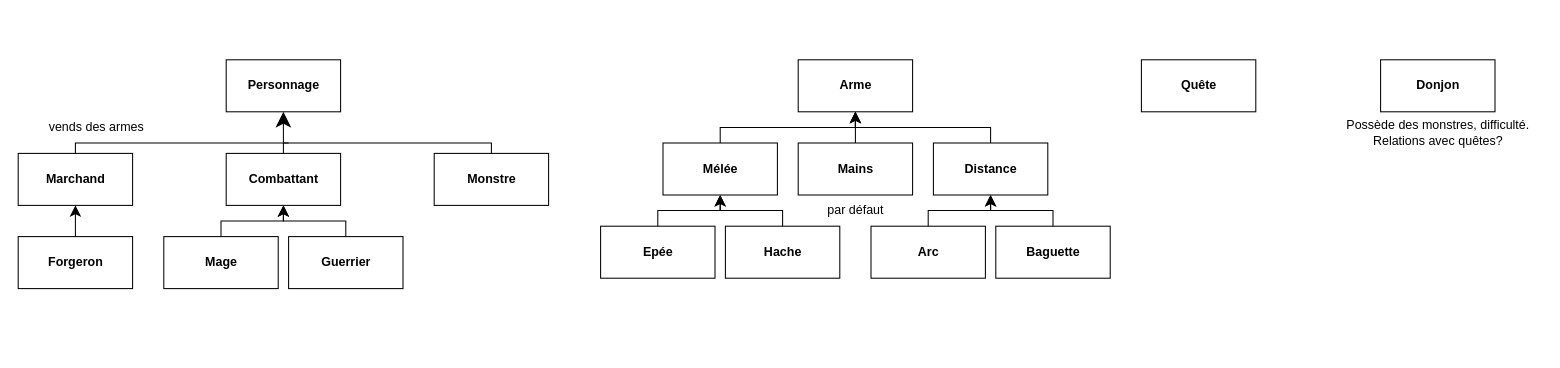
This is Projet/classes.dio from ThomasSanna/conception_orientee_objet-L3STI, a draw.io file, before an edit. Source tidied: cells renumbered, new cells numbered last; positions are measured from the earlier drawing's top-left corner, leaving out a move shared by most shapes. Both pictures are drawn from the tidied source at 104%, with x=0, y=0 at pixel (18, 59).
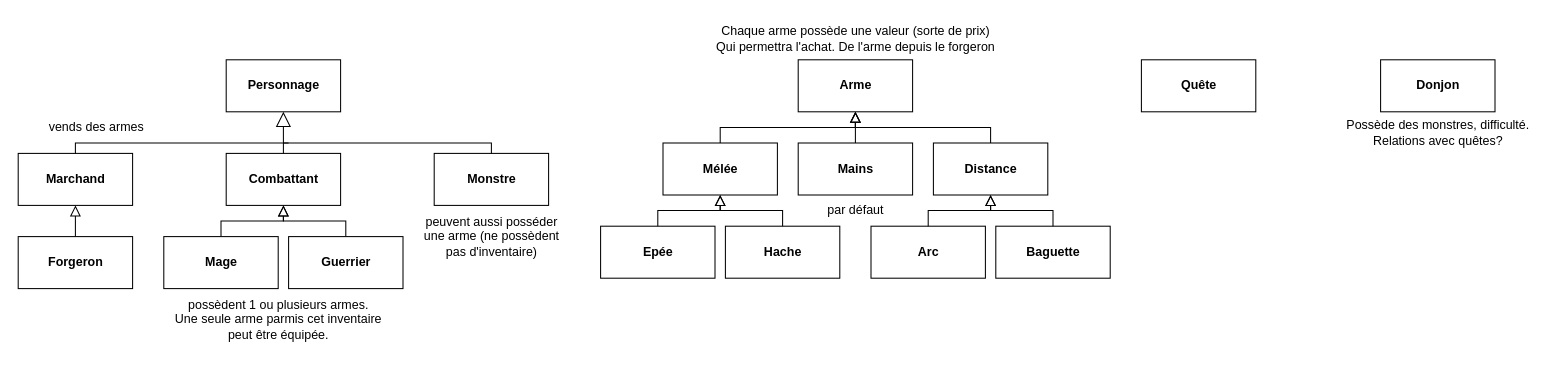
The same page after the edit.

The change refers to these unchanged cells:
```xml
<mxCell id="2" value="Personnage" style="html=1;fontStyle=1;" parent="1" vertex="1">
  <mxGeometry x="200" width="110" height="50" as="geometry" />
</mxCell>
<mxCell id="3" value="Mage" style="html=1;fontStyle=1;" parent="1" vertex="1">
  <mxGeometry x="140" y="170" width="110" height="50" as="geometry" />
</mxCell>
<mxCell id="4" value="Guerrier" style="html=1;fontStyle=1;" parent="1" vertex="1">
  <mxGeometry x="260" y="170" width="110" height="50" as="geometry" />
</mxCell>
<mxCell id="5" value="Marchand" style="html=1;fontStyle=1;" parent="1" vertex="1">
  <mxGeometry y="90" width="110" height="50" as="geometry" />
</mxCell>
<mxCell id="8" value="Arme" style="html=1;fontStyle=1;" parent="1" vertex="1">
  <mxGeometry x="750" width="110" height="50" as="geometry" />
</mxCell>
<mxCell id="9" value="Mélée" style="html=1;fontStyle=1;" parent="1" vertex="1">
  <mxGeometry x="620" y="80" width="110" height="50" as="geometry" />
</mxCell>
<mxCell id="10" value="Distance" style="html=1;fontStyle=1;" parent="1" vertex="1">
  <mxGeometry x="880" y="80" width="110" height="50" as="geometry" />
</mxCell>
<mxCell id="16" value="Combattant" style="html=1;fontStyle=1;" parent="1" vertex="1">
  <mxGeometry x="200" y="90" width="110" height="50" as="geometry" />
</mxCell>
<mxCell id="17" value="Forgeron" style="html=1;fontStyle=1;" parent="1" vertex="1">
  <mxGeometry y="170" width="110" height="50" as="geometry" />
</mxCell>
<mxCell id="30" value="Mains" style="html=1;fontStyle=1;" parent="1" vertex="1">
  <mxGeometry x="750" y="80" width="110" height="50" as="geometry" />
</mxCell>
```

Diff of the diagram source:
```diff
@@
-    <mxCell id="18" style="endArrow=classic;endFill=1;endSize=12;html=1;entryX=0.5;entryY=1;entryDx=0;entryDy=0;" parent="1" edge="1" source="16" target="2">
+    <mxCell id="18" style="endArrow=block;endFill=0;endSize=12;html=1;entryX=0.5;entryY=1;entryDx=0;entryDy=0;" parent="1" edge="1" source="16" target="2">
       <mxGeometry relative="1" as="geometry" />
     </mxCell>
@@
-    <mxCell id="21" style="edgeStyle=elbowEdgeStyle;elbow=vertical;endArrow=classic;html=1;curved=0;rounded=0;endSize=8;startSize=8;entryX=0.5;entryY=1;entryDx=0;entryDy=0;" parent="1" edge="1" source="3" target="16">
+    <mxCell id="21" style="edgeStyle=elbowEdgeStyle;elbow=vertical;endArrow=block;html=1;curved=0;rounded=0;endSize=8;startSize=8;entryX=0.5;entryY=1;entryDx=0;entryDy=0;endFill=0;" parent="1" edge="1" source="3" target="16">
       <mxGeometry relative="1" as="geometry" />
     </mxCell>
-    <mxCell id="22" style="edgeStyle=elbowEdgeStyle;elbow=vertical;endArrow=classic;html=1;curved=0;rounded=0;endSize=8;startSize=8;entryX=0.5;entryY=1;entryDx=0;entryDy=0;" parent="1" edge="1" source="4" target="16">
+    <mxCell id="22" style="edgeStyle=elbowEdgeStyle;elbow=vertical;endArrow=block;html=1;curved=0;rounded=0;endSize=8;startSize=8;entryX=0.5;entryY=1;entryDx=0;entryDy=0;endFill=0;" parent="1" edge="1" source="4" target="16">
       <mxGeometry relative="1" as="geometry" />
     </mxCell>
-    <mxCell id="23" style="edgeStyle=elbowEdgeStyle;elbow=vertical;endArrow=classic;html=1;curved=0;rounded=0;endSize=8;startSize=8;entryX=0.5;entryY=1;entryDx=0;entryDy=0;exitX=0.5;exitY=0;exitDx=0;exitDy=0;" parent="1" edge="1" source="17" target="5">
+    <mxCell id="23" style="edgeStyle=elbowEdgeStyle;elbow=vertical;endArrow=block;html=1;curved=0;rounded=0;endSize=8;startSize=8;entryX=0.5;entryY=1;entryDx=0;entryDy=0;exitX=0.5;exitY=0;exitDx=0;exitDy=0;endFill=0;" parent="1" edge="1" source="17" target="5">
       <mxGeometry relative="1" as="geometry" />
     </mxCell>
-    <mxCell id="24" style="edgeStyle=elbowEdgeStyle;elbow=vertical;endArrow=classic;html=1;curved=0;rounded=0;endSize=8;startSize=8;entryX=0.5;entryY=1;entryDx=0;entryDy=0;" parent="1" edge="1">
+    <mxCell id="24" style="edgeStyle=elbowEdgeStyle;elbow=vertical;endArrow=block;html=1;curved=0;rounded=0;endSize=8;startSize=8;entryX=0.5;entryY=1;entryDx=0;entryDy=0;endFill=0;" parent="1" edge="1">
       <mxGeometry relative="1" as="geometry">
         <mxPoint x="615" y="160" as="sourcePoint" />
         <mxPoint x="675" y="130" as="targetPoint" />
       </mxGeometry>
     </mxCell>
-    <mxCell id="25" style="edgeStyle=elbowEdgeStyle;elbow=vertical;endArrow=classic;html=1;curved=0;rounded=0;endSize=8;startSize=8;entryX=0.5;entryY=1;entryDx=0;entryDy=0;" parent="1" edge="1">
+    <mxCell id="25" style="edgeStyle=elbowEdgeStyle;elbow=vertical;endArrow=block;html=1;curved=0;rounded=0;endSize=8;startSize=8;entryX=0.5;entryY=1;entryDx=0;entryDy=0;endFill=0;" parent="1" edge="1">
       <mxGeometry relative="1" as="geometry">
         <mxPoint x="735" y="160" as="sourcePoint" />
         <mxPoint x="675" y="130" as="targetPoint" />
       </mxGeometry>
     </mxCell>
-    <mxCell id="26" style="edgeStyle=elbowEdgeStyle;elbow=vertical;endArrow=classic;html=1;curved=0;rounded=0;endSize=8;startSize=8;entryX=0.5;entryY=1;entryDx=0;entryDy=0;" parent="1" edge="1">
+    <mxCell id="26" style="edgeStyle=elbowEdgeStyle;elbow=vertical;endArrow=block;html=1;curved=0;rounded=0;endSize=8;startSize=8;entryX=0.5;entryY=1;entryDx=0;entryDy=0;endFill=0;" parent="1" edge="1">
       <mxGeometry relative="1" as="geometry">
         <mxPoint x="875" y="160" as="sourcePoint" />
         <mxPoint x="935" y="130" as="targetPoint" />
       </mxGeometry>
     </mxCell>
-    <mxCell id="27" style="edgeStyle=elbowEdgeStyle;elbow=vertical;endArrow=classic;html=1;curved=0;rounded=0;endSize=8;startSize=8;entryX=0.5;entryY=1;entryDx=0;entryDy=0;" parent="1" edge="1">
+    <mxCell id="27" style="edgeStyle=elbowEdgeStyle;elbow=vertical;endArrow=block;html=1;curved=0;rounded=0;endSize=8;startSize=8;entryX=0.5;entryY=1;entryDx=0;entryDy=0;endFill=0;" parent="1" edge="1">
       <mxGeometry relative="1" as="geometry">
         <mxPoint x="995" y="160" as="sourcePoint" />
         <mxPoint x="935" y="130" as="targetPoint" />
       </mxGeometry>
     </mxCell>
-    <mxCell id="28" style="edgeStyle=elbowEdgeStyle;elbow=vertical;endArrow=classic;html=1;curved=0;rounded=0;endSize=8;startSize=8;entryX=0.5;entryY=1;entryDx=0;entryDy=0;exitX=0.5;exitY=0;exitDx=0;exitDy=0;" parent="1" edge="1" source="9">
+    <mxCell id="28" style="edgeStyle=elbowEdgeStyle;elbow=vertical;endArrow=block;html=1;curved=0;rounded=0;endSize=8;startSize=8;entryX=0.5;entryY=1;entryDx=0;entryDy=0;exitX=0.5;exitY=0;exitDx=0;exitDy=0;endFill=0;" parent="1" edge="1" source="9">
       <mxGeometry relative="1" as="geometry">
         <mxPoint x="805" y="50" as="targetPoint" />
       </mxGeometry>
     </mxCell>
-    <mxCell id="29" style="edgeStyle=elbowEdgeStyle;elbow=vertical;endArrow=classic;html=1;curved=0;rounded=0;endSize=8;startSize=8;entryX=0.5;entryY=1;entryDx=0;entryDy=0;exitX=0.5;exitY=0;exitDx=0;exitDy=0;" parent="1" edge="1" source="10">
+    <mxCell id="29" style="edgeStyle=elbowEdgeStyle;elbow=vertical;endArrow=block;html=1;curved=0;rounded=0;endSize=8;startSize=8;entryX=0.5;entryY=1;entryDx=0;entryDy=0;exitX=0.5;exitY=0;exitDx=0;exitDy=0;endFill=0;" parent="1" edge="1" source="10">
       <mxGeometry relative="1" as="geometry">
         <mxPoint x="805" y="50" as="targetPoint" />
       </mxGeometry>
     </mxCell>
@@
-    <mxCell id="31" style="edgeStyle=elbowEdgeStyle;elbow=vertical;endArrow=classic;html=1;curved=0;rounded=0;endSize=8;startSize=8;entryX=0.5;entryY=1;entryDx=0;entryDy=0;exitX=0.5;exitY=0;exitDx=0;exitDy=0;" parent="1" edge="1" source="30" target="8">
+    <mxCell id="31" style="edgeStyle=elbowEdgeStyle;elbow=vertical;endArrow=block;html=1;curved=0;rounded=0;endSize=8;startSize=8;entryX=0.5;entryY=1;entryDx=0;entryDy=0;exitX=0.5;exitY=0;exitDx=0;exitDy=0;endFill=0;" parent="1" edge="1" source="30" target="8">
       <mxGeometry relative="1" as="geometry" />
     </mxCell>
@@
+    <mxCell id="35" value="possèdent 1 ou plusieurs armes.&lt;br&gt;Une seule arme parmis cet inventaire&lt;br&gt;peut être équipée." style="text;html=1;align=center;verticalAlign=middle;strokeColor=none;fillColor=none;" parent="1" vertex="1">
+      <mxGeometry x="140" y="220" width="220" height="60" as="geometry" />
+    </mxCell>
+    <mxCell id="36" value="peuvent aussi posséder&lt;br&gt;une arme (ne possèdent &lt;br&gt;pas d'inventaire)" style="text;html=1;align=center;verticalAlign=middle;strokeColor=none;fillColor=none;" parent="1" vertex="1">
+      <mxGeometry x="380" y="140" width="150" height="60" as="geometry" />
+    </mxCell>
+    <mxCell id="37" value="Chaque arme possède une valeur (sorte de prix)&lt;br&gt;Qui permettra l'achat. De l'arme depuis le forgeron" style="text;html=1;align=center;verticalAlign=middle;strokeColor=none;fillColor=none;" parent="1" vertex="1">
+      <mxGeometry x="660" y="-40" width="290" height="40" as="geometry" />
+    </mxCell>
```
